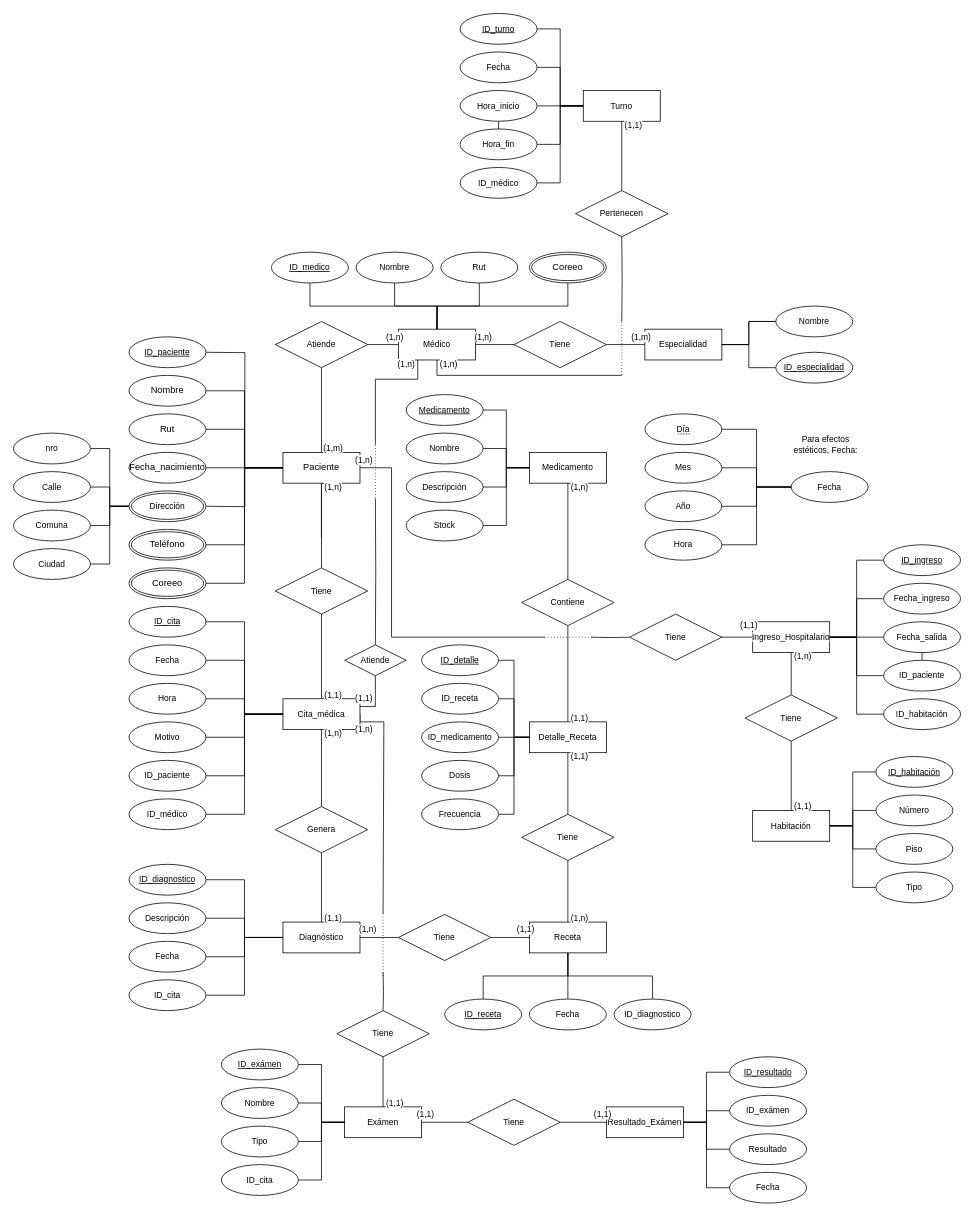
Before: Diagrama sin título.drawio in eSwayyy/data_modeling, a draw.io diagram. Source tidied: cells renumbered, new cells numbered last; positions are measured from the earlier drawing's top-left corner, leaving out a move shared by most shapes. Both pictures are drawn from the tidied source at 77%, with x=0, y=0 at pixel (13, 13).
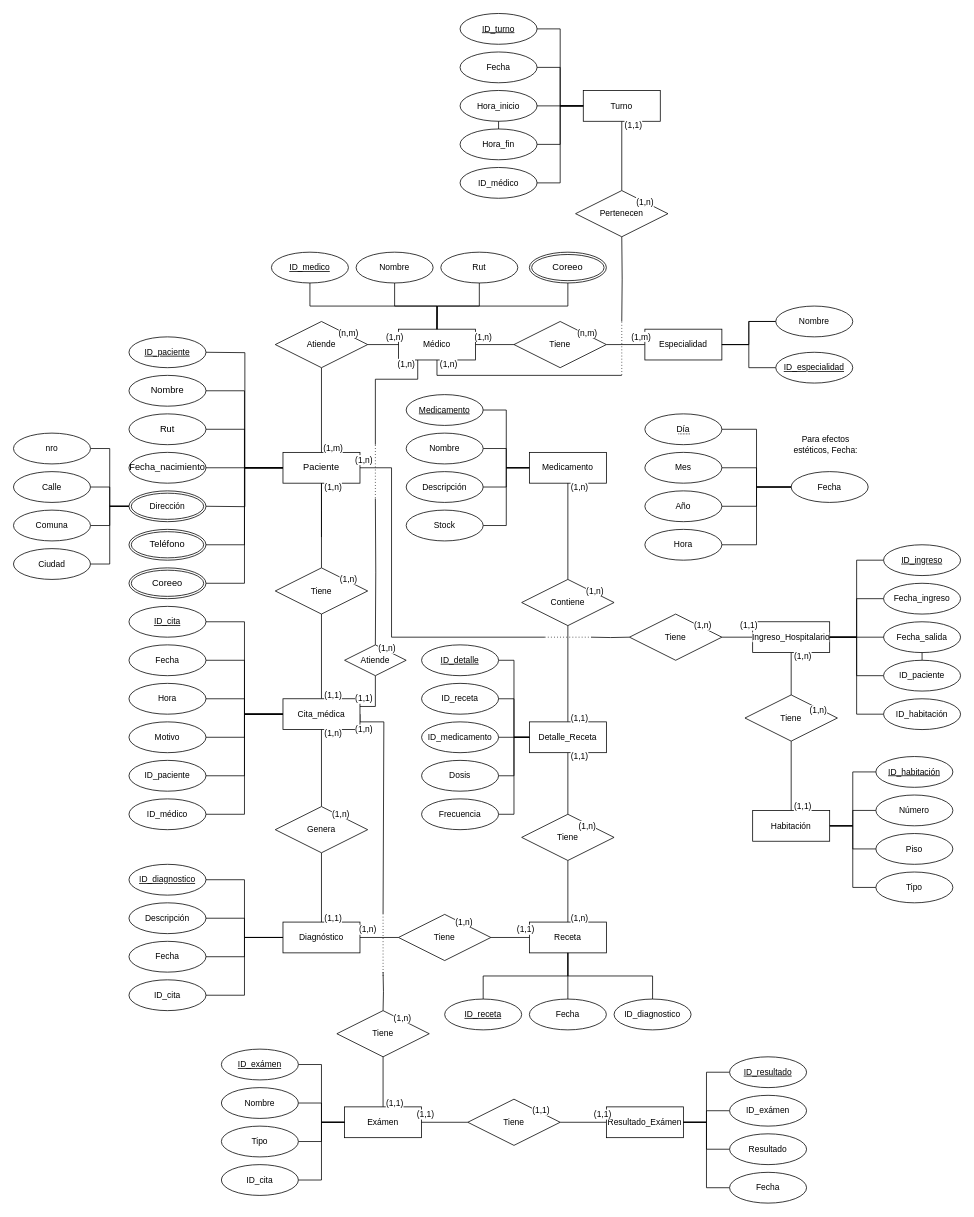
Above is the later version.

The edit, as a diff of the source:
```diff
@@
+    <mxCell id="222" value="(1,n)" style="text;html=1;align=center;verticalAlign=middle;strokeColor=none;fillColor=none;fontFamily=Helvetica;fontSize=11;fontColor=default;labelBackgroundColor=default;" parent="1" vertex="1">
+      <mxGeometry x="410" y="720" width="50" height="30" as="geometry" />
+    </mxCell>
+    <mxCell id="223" value="(1,n)" style="text;html=1;align=center;verticalAlign=middle;strokeColor=none;fillColor=none;fontFamily=Helvetica;fontSize=11;fontColor=default;labelBackgroundColor=default;" parent="1" vertex="1">
+      <mxGeometry x="400" y="1025" width="50" height="30" as="geometry" />
+    </mxCell>
+    <mxCell id="224" value="(1,n)" style="text;html=1;align=center;verticalAlign=middle;strokeColor=none;fillColor=none;fontFamily=Helvetica;fontSize=11;fontColor=default;labelBackgroundColor=default;" parent="1" vertex="1">
+      <mxGeometry x="560" y="1165" width="50" height="30" as="geometry" />
+    </mxCell>
+    <mxCell id="225" value="(1,n)" style="text;html=1;align=center;verticalAlign=middle;strokeColor=none;fillColor=none;fontFamily=Helvetica;fontSize=11;fontColor=default;labelBackgroundColor=default;" parent="1" vertex="1">
+      <mxGeometry x="480" y="1290" width="50" height="30" as="geometry" />
+    </mxCell>
+    <mxCell id="226" value="(1,1)" style="text;html=1;align=center;verticalAlign=middle;strokeColor=none;fillColor=none;fontFamily=Helvetica;fontSize=11;fontColor=default;labelBackgroundColor=default;" parent="1" vertex="1">
+      <mxGeometry x="660" y="1410" width="50" height="30" as="geometry" />
+    </mxCell>
+    <mxCell id="227" value="(1,n)" style="text;html=1;align=center;verticalAlign=middle;strokeColor=none;fillColor=none;fontFamily=Helvetica;fontSize=11;fontColor=default;labelBackgroundColor=default;" parent="1" vertex="1">
+      <mxGeometry x="1020" y="890" width="50" height="30" as="geometry" />
+    </mxCell>
+    <mxCell id="228" value="(1,n)" style="text;html=1;align=center;verticalAlign=middle;strokeColor=none;fillColor=none;fontFamily=Helvetica;fontSize=11;fontColor=default;labelBackgroundColor=default;" parent="1" vertex="1">
+      <mxGeometry x="720" y="1040" width="50" height="30" as="geometry" />
+    </mxCell>
+    <mxCell id="229" value="(1,n)" style="text;html=1;align=center;verticalAlign=middle;strokeColor=none;fillColor=none;fontFamily=Helvetica;fontSize=11;fontColor=default;labelBackgroundColor=default;" parent="1" vertex="1">
+      <mxGeometry x="730" y="735" width="50" height="30" as="geometry" />
+    </mxCell>
+    <mxCell id="230" value="(1,n)" style="text;html=1;align=center;verticalAlign=middle;strokeColor=none;fillColor=none;fontFamily=Helvetica;fontSize=11;fontColor=default;labelBackgroundColor=default;" parent="1" vertex="1">
+      <mxGeometry x="870" y="780" width="50" height="30" as="geometry" />
+    </mxCell>
+    <mxCell id="231" value="(n,m)" style="text;html=1;align=center;verticalAlign=middle;strokeColor=none;fillColor=none;fontFamily=Helvetica;fontSize=11;fontColor=default;labelBackgroundColor=default;" parent="1" vertex="1">
+      <mxGeometry x="720" y="400" width="50" height="30" as="geometry" />
+    </mxCell>
+    <mxCell id="232" value="(n,m)" style="text;html=1;align=center;verticalAlign=middle;strokeColor=none;fillColor=none;fontFamily=Helvetica;fontSize=11;fontColor=default;labelBackgroundColor=default;" parent="1" vertex="1">
+      <mxGeometry x="410" y="400" width="50" height="30" as="geometry" />
+    </mxCell>
+    <mxCell id="233" value="(1,n)" style="text;html=1;align=center;verticalAlign=middle;strokeColor=none;fillColor=none;fontFamily=Helvetica;fontSize=11;fontColor=default;labelBackgroundColor=default;" parent="1" vertex="1">
+      <mxGeometry x="460" y="810" width="50" height="30" as="geometry" />
+    </mxCell>
+    <mxCell id="234" value="(1,n)" style="text;html=1;align=center;verticalAlign=middle;strokeColor=none;fillColor=none;fontFamily=Helvetica;fontSize=11;fontColor=default;labelBackgroundColor=default;" parent="1" vertex="1">
+      <mxGeometry x="795" y="230" width="50" height="30" as="geometry" />
+    </mxCell>
```
